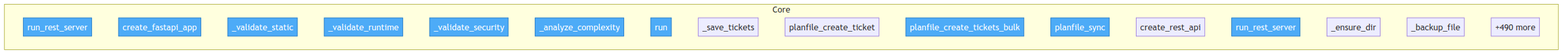
The Mermaid diagram project/flow.png in semcod/algitex, before a commit. Its source is kept beside it as project/flow.mmd.
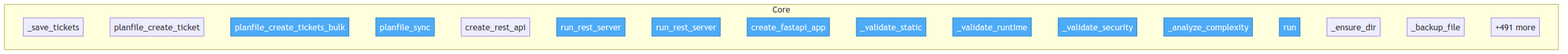
Later version of the same file.

Change to the diagram source:
```diff
@@ -3,6 +3,12 @@
     classDef entry fill:#4dabf7,stroke:#1971c2,color:#fff
 
     subgraph Core
+        docker__planfile_mcp__planfile_mcp_server___save_tickets["_save_tickets"]
+        docker__planfile_mcp__planfile_mcp_server__planfile_create_ticket["planfile_create_ticket"]
+        docker__planfile_mcp__planfile_mcp_server__planfile_create_tickets_bulk["planfile_create_tickets_bulk"]
+        docker__planfile_mcp__planfile_mcp_server__planfile_sync["planfile_sync"]
+        docker__planfile_mcp__planfile_mcp_server__create_rest_api["create_rest_api"]
+        docker__planfile_mcp__planfile_mcp_server__run_rest_server["run_rest_server"]
         docker__aider_mcp__aider_mcp_server__run_rest_server["run_rest_server"]
         docker__vallm__vallm_server__VallmServer__create_fastapi_app["create_fastapi_app"]
         docker__vallm__vallm_server__VallmServer___validate_static["_validate_static"]
@@ -10,15 +16,9 @@
         docker__vallm__vallm_server__VallmServer___validate_security["_validate_security"]
         docker__vallm__vallm_server__VallmServer___analyze_complexity["_analyze_complexity"]
         docker__vallm__vallm_server__VallmServer__run["run"]
-        docker__planfile_mcp__planfile_mcp_server___save_tickets["_save_tickets"]
-        docker__planfile_mcp__planfile_mcp_server__planfile_create_ticket["planfile_create_ticket"]
-        docker__planfile_mcp__planfile_mcp_server__planfile_create_tickets_bulk["planfile_create_tickets_bulk"]
-        docker__planfile_mcp__planfile_mcp_server__planfile_sync["planfile_sync"]
-        docker__planfile_mcp__planfile_mcp_server__create_rest_api["create_rest_api"]
-        docker__planfile_mcp__planfile_mcp_server__run_rest_server["run_rest_server"]
         src__algitex__tools__config__ConfigManager___ensure_dir["_ensure_dir"]
         src__algitex__tools__config__ConfigManager___backup_file["_backup_file"]
-        ...["+490 more"]
+        ...["+491 more"]
     end
 
-    class docker__aider_mcp__aider_mcp_server__run_rest_server,docker__vallm__vallm_server__VallmServer__create_fastapi_app,docker__vallm__vallm_server__VallmServer___validate_static,docker__vallm__vallm_server__VallmServer___validate_runtime,docker__vallm__vallm_server__VallmServer___validate_security,docker__vallm__vallm_server__VallmServer___analyze_complexity,docker__vallm__vallm_server__VallmServer__run,docker__planfile_mcp__planfile_mcp_server__planfile_create_tickets_bulk,docker__planfile_mcp__planfile_mcp_server__planfile_sync,docker__planfile_mcp__planfile_mcp_server__run_rest_server entry
+    class docker__planfile_mcp__planfile_mcp_server__planfile_create_tickets_bulk,docker__planfile_mcp__planfile_mcp_server__planfile_sync,docker__planfile_mcp__planfile_mcp_server__run_rest_server,docker__aider_mcp__aider_mcp_server__run_rest_server,docker__vallm__vallm_server__VallmServer__create_fastapi_app,docker__vallm__vallm_server__VallmServer___validate_static,docker__vallm__vallm_server__VallmServer___validate_runtime,docker__vallm__vallm_server__VallmServer___validate_security,docker__vallm__vallm_server__VallmServer___analyze_complexity,docker__vallm__vallm_server__VallmServer__run entry
```
